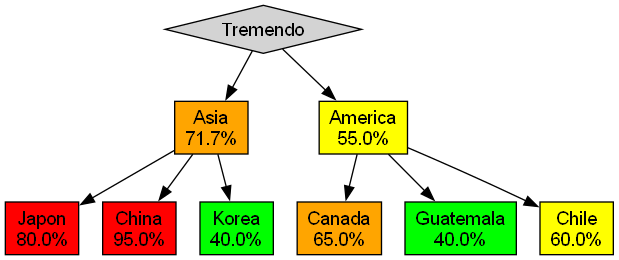
This is Proyecto1/grafica_paises.png from Farot3/-LFP-2S24Proyectos_202307820, a Graphviz export, as it was before one commit. Its source is kept beside it as Proyecto1/grafica_paises.dot. Source of this version:
```dot
digraph G {
rankdir=TB;
node [shape=box, style=filled, fontname="Arial"];
"Tremendo" [shape=diamond];
"Asia" [label="Asia\n71.7%", fillcolor=orange];
"Tremendo" -> "Asia";
"Japon" [label="Japon\n80.0%", fillcolor=red];
"Asia" -> "Japon";
"China" [label="China\n95.0%", fillcolor=red];
"Asia" -> "China";
"Korea" [label="Korea\n40.0%", fillcolor=green];
"Asia" -> "Korea";
"America" [label="America\n55.0%", fillcolor=yellow];
"Tremendo" -> "America";
"Canada" [label="Canada\n65.0%", fillcolor=orange];
"America" -> "Canada";
"Guatemala" [label="Guatemala\n40.0%", fillcolor=green];
"America" -> "Guatemala";
"Chile" [label="Chile\n60.0%", fillcolor=yellow];
"America" -> "Chile";
}
```
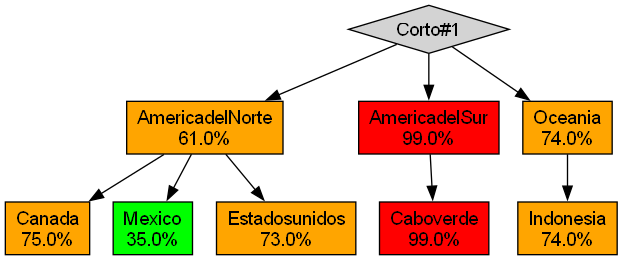
The same diagram one commit later.

The edit, as a diff of the source:
```diff
@@ -1,21 +1,21 @@
 digraph G {
 rankdir=TB;
 node [shape=box, style=filled, fontname="Arial"];
-"Tremendo" [shape=diamond];
-"Asia" [label="Asia\n71.7%", fillcolor=orange];
-"Tremendo" -> "Asia";
-"Japon" [label="Japon\n80.0%", fillcolor=red];
-"Asia" -> "Japon";
-"China" [label="China\n95.0%", fillcolor=red];
-"Asia" -> "China";
-"Korea" [label="Korea\n40.0%", fillcolor=green];
-"Asia" -> "Korea";
-"America" [label="America\n55.0%", fillcolor=yellow];
-"Tremendo" -> "America";
-"Canada" [label="Canada\n65.0%", fillcolor=orange];
-"America" -> "Canada";
-"Guatemala" [label="Guatemala\n40.0%", fillcolor=green];
-"America" -> "Guatemala";
-"Chile" [label="Chile\n60.0%", fillcolor=yellow];
-"America" -> "Chile";
+"Corto#1" [shape=diamond];
+"AmericadelNorte" [label="AmericadelNorte\n61.0%", fillcolor=orange];
+"Corto#1" -> "AmericadelNorte";
+"Canada" [label="Canada\n75.0%", fillcolor=orange];
+"AmericadelNorte" -> "Canada";
+"Mexico" [label="Mexico\n35.0%", fillcolor=green];
+"AmericadelNorte" -> "Mexico";
+"Estadosunidos" [label="Estadosunidos\n73.0%", fillcolor=orange];
+"AmericadelNorte" -> "Estadosunidos";
+"AmericadelSur" [label="AmericadelSur\n99.0%", fillcolor=red];
+"Corto#1" -> "AmericadelSur";
+"Caboverde" [label="Caboverde\n99.0%", fillcolor=red];
+"AmericadelSur" -> "Caboverde";
+"Oceania" [label="Oceania\n74.0%", fillcolor=orange];
+"Corto#1" -> "Oceania";
+"Indonesia" [label="Indonesia\n74.0%", fillcolor=orange];
+"Oceania" -> "Indonesia";
 }
```
